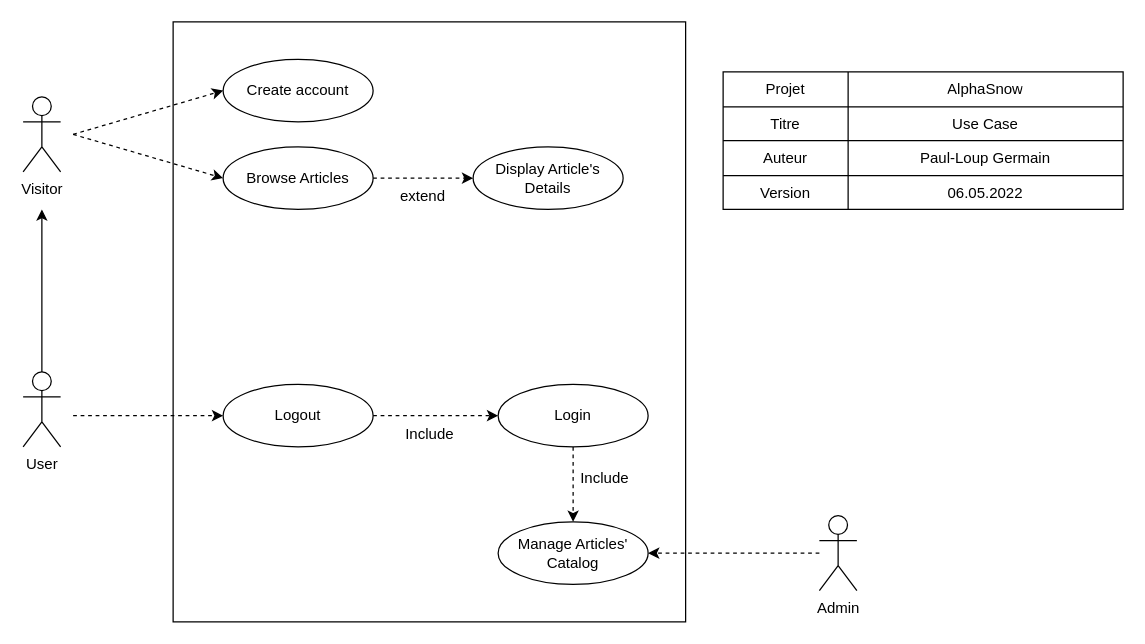
Earlier version of the draw.io diagram WebSite-BDD/Annexes/AlphaSnow-UseCase.drawio (Paul-LoupGermain/AlphaSnow). Source tidied: cells renumbered, new cells numbered last; positions are measured from the earlier drawing's top-left corner, leaving out a move shared by most shapes. Both pictures are drawn from the tidied source at 125%, with x=0, y=0 at pixel (22, 21).
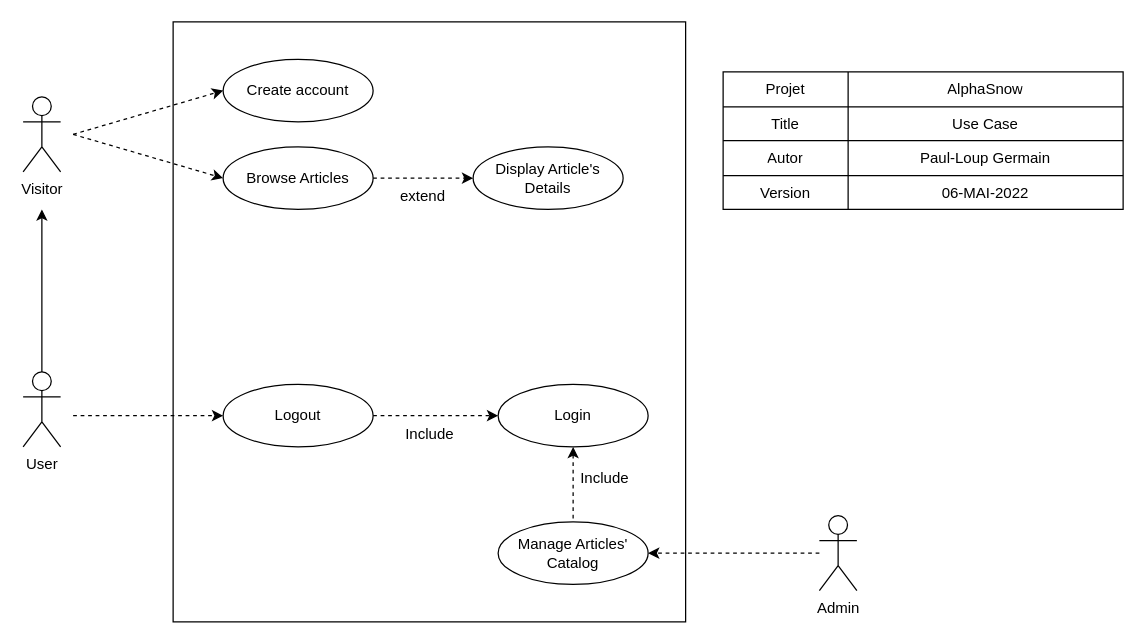
The same diagram, later.

The change refers to these unchanged cells:
```xml
<mxCell id="7" style="shape=partialRectangle;html=1;whiteSpace=wrap;fillColor=none;top=0;left=0;bottom=0;right=0;" parent="3" vertex="1">
  <mxGeometry y="28" width="320" height="27" as="geometry" />
</mxCell>
<mxCell id="10" style="shape=partialRectangle;html=1;whiteSpace=wrap;fillColor=none;top=0;left=0;bottom=0;right=0;" parent="3" vertex="1">
  <mxGeometry y="55" width="320" height="28" as="geometry" />
</mxCell>
<mxCell id="13" style="shape=partialRectangle;html=1;whiteSpace=wrap;fillColor=none;top=0;left=0;bottom=0;right=0;" parent="3" vertex="1">
  <mxGeometry y="83" width="320" height="27" as="geometry" />
</mxCell>
<mxCell id="25" value="Manage Articles' Catalog" style="ellipse;whiteSpace=wrap;html=1;" parent="1" vertex="1">
  <mxGeometry x="380" y="400" width="120" height="50" as="geometry" />
</mxCell>
```

Diff of the diagram source:
```diff
@@
-    <mxCell id="8" value="Titre" style="shape=partialRectangle;html=1;whiteSpace=wrap;overflow=hidden;fillColor=none;top=0;left=0;bottom=0;right=0;" parent="7" vertex="1">
+    <mxCell id="8" value="Title" style="shape=partialRectangle;html=1;whiteSpace=wrap;overflow=hidden;fillColor=none;top=0;left=0;bottom=0;right=0;" parent="7" vertex="1">
       <mxGeometry width="100" height="27" as="geometry" />
     </mxCell>
@@
-    <mxCell id="11" value="Auteur" style="shape=partialRectangle;html=1;whiteSpace=wrap;overflow=hidden;fillColor=none;top=0;left=0;bottom=0;right=0;" parent="10" vertex="1">
+    <mxCell id="11" value="Autor" style="shape=partialRectangle;html=1;whiteSpace=wrap;overflow=hidden;fillColor=none;top=0;left=0;bottom=0;right=0;" parent="10" vertex="1">
       <mxGeometry width="100" height="28" as="geometry" />
     </mxCell>
@@
-    <mxCell id="15" value="06.05.2022" style="shape=partialRectangle;html=1;whiteSpace=wrap;overflow=hidden;fillColor=none;top=0;left=0;bottom=0;right=0;" parent="13" vertex="1">
+    <mxCell id="15" value="06-MAI-2022" style="shape=partialRectangle;html=1;whiteSpace=wrap;overflow=hidden;fillColor=none;top=0;left=0;bottom=0;right=0;" parent="13" vertex="1">
       <mxGeometry x="100" width="220" height="27" as="geometry" />
     </mxCell>
@@
-    <mxCell id="33" style="endArrow=classic;html=1;dashed=1;entryX=0.5;entryY=0;entryDx=0;entryDy=0;" parent="1" edge="1" target="25">
+    <mxCell id="33" style="endArrow=none;html=1;dashed=1;entryX=0.5;entryY=0;entryDx=0;entryDy=0;endFill=0;startArrow=classic;startFill=1;" parent="1" edge="1" target="25">
       <mxGeometry relative="1" as="geometry">
         <mxPoint x="440" y="340" as="sourcePoint" />
       </mxGeometry>
     </mxCell>
```
